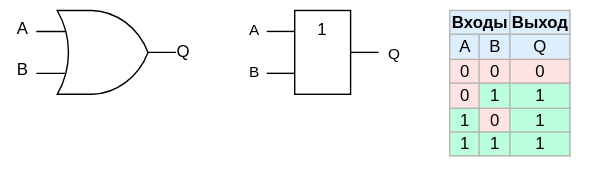
The draw.io diagram .pic/Introduction/How FPGA works/fig_02.drawio.svg in MPSU/APS, before a commit. Source tidied: cells renumbered, new cells last; positions are measured from the earlier drawing's top-left corner, leaving out a move shared by most shapes.
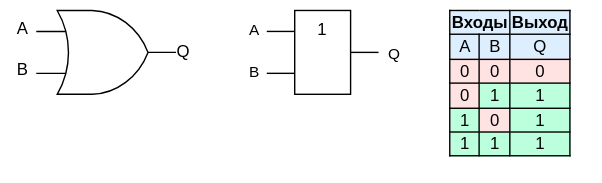
The same diagram one commit later.

Change to the diagram source:
```diff
@@ -47,7 +47,7 @@
     <mxCell id="12" value="1" style="rounded=0;whiteSpace=wrap;html=1;horizontal=1;verticalAlign=top;" parent="1" vertex="1">
       <mxGeometry x="210" y="7" width="40" height="60" as="geometry" />
     </mxCell>
-    <mxCell id="13" value="&lt;table border=&quot;1&quot; class=&quot;wikitable&quot; style=&quot;float: right; text-align: center; border: 1px solid rgb(179, 179, 179); border-collapse: collapse;&quot;&gt;&lt;tbody&gt;&lt;tr style=&quot;background:#def;&quot;&gt;&lt;td colspan=&quot;2&quot;&gt;&lt;b&gt;Входы&lt;/b&gt;&lt;/td&gt;&lt;td&gt;&lt;b&gt;Выход&lt;/b&gt;&lt;br&gt;&lt;/td&gt;&lt;/tr&gt;&lt;tr style=&quot;background:#def;&quot;&gt;&lt;td&gt;A&lt;/td&gt;&lt;td&gt;B&lt;/td&gt;&lt;td&gt;Q&lt;br&gt;&lt;/td&gt;&lt;/tr&gt;&lt;tr&gt;&lt;td style=&quot;background: #FFE3E3; color: black; vertical-align: middle; text-align: center;&quot; class=&quot;table-no2&quot;&gt;0&lt;/td&gt;&lt;td style=&quot;background: #FFE3E3; color: black; vertical-align: middle; text-align: center;&quot; class=&quot;table-no2&quot;&gt;0&lt;/td&gt;&lt;td style=&quot;background: #FFE3E3; color: black; vertical-align: middle; text-align: center;&quot; class=&quot;table-no2&quot;&gt;0&lt;br&gt;&lt;/td&gt;&lt;/tr&gt;&lt;tr&gt;&lt;td style=&quot;background: #FFE3E3; color: black; vertical-align: middle; text-align: center;&quot; class=&quot;table-no2&quot;&gt;0&lt;/td&gt;&lt;td style=&quot;background:#bfd; color:black; vertical-align:middle; text-align:center;&quot; class=&quot;table-yes2&quot;&gt;1&lt;/td&gt;&lt;td border=&quot;1&quot; style=&quot;background: rgb(187, 255, 221); color: black; vertical-align: middle; text-align: center; border-collapse: collapse;&quot; class=&quot;table-no2&quot;&gt;&lt;span style=&quot;&quot;&gt;1&lt;/span&gt;&lt;br&gt;&lt;/td&gt;&lt;/tr&gt;&lt;tr&gt;&lt;td style=&quot;background:#bfd; color:black; vertical-align:middle; text-align:center;&quot; class=&quot;table-yes2&quot;&gt;1&lt;/td&gt;&lt;td style=&quot;background: #FFE3E3; color: black; vertical-align: middle; text-align: center;&quot; class=&quot;table-no2&quot;&gt;0&lt;/td&gt;&lt;td style=&quot;background: rgb(187, 255, 221); color: black; vertical-align: middle; text-align: center;&quot; class=&quot;table-no2&quot;&gt;1&lt;br&gt;&lt;/td&gt;&lt;/tr&gt;&lt;tr&gt;&lt;td style=&quot;background:#bfd; color:black; vertical-align:middle; text-align:center;&quot; class=&quot;table-yes2&quot;&gt;1&lt;/td&gt;&lt;td style=&quot;background:#bfd; color:black; vertical-align:middle; text-align:center;&quot; class=&quot;table-yes2&quot;&gt;1&lt;/td&gt;&lt;td style=&quot;background: rgb(187, 255, 221); color: black; vertical-align: middle; text-align: center;&quot; class=&quot;table-yes2&quot;&gt;1&lt;br&gt;&lt;/td&gt;&lt;/tr&gt;&lt;/tbody&gt;&lt;/table&gt;" style="text;whiteSpace=wrap;html=1;strokeColor=none;" parent="1" vertex="1">
+    <mxCell id="13" value="&lt;table border=&quot;1&quot; class=&quot;wikitable&quot; style=&quot;float: right; text-align: center; border: 1px solid rgb(0, 0, 0); border-collapse: collapse;&quot;&gt;&lt;tbody&gt;&lt;tr style=&quot;background:#def;&quot;&gt;&lt;td colspan=&quot;2&quot; style=&quot;border: 1px solid rgb(0, 0, 0);&quot;&gt;&lt;b&gt;Входы&lt;/b&gt;&lt;/td&gt;&lt;td style=&quot;border: 1px solid rgb(0, 0, 0);&quot;&gt;&lt;b&gt;Выход&lt;/b&gt;&lt;br&gt;&lt;/td&gt;&lt;/tr&gt;&lt;tr style=&quot;background:#def;&quot;&gt;&lt;td style=&quot;border: 1px solid rgb(0, 0, 0);&quot;&gt;A&lt;/td&gt;&lt;td style=&quot;border: 1px solid rgb(0, 0, 0);&quot;&gt;B&lt;/td&gt;&lt;td style=&quot;border: 1px solid rgb(0, 0, 0);&quot;&gt;Q&lt;br&gt;&lt;/td&gt;&lt;/tr&gt;&lt;tr&gt;&lt;td style=&quot;background: #FFE3E3; color: black; vertical-align: middle; text-align: center; border: 1px solid rgb(0, 0, 0);&quot; class=&quot;table-no2&quot;&gt;0&lt;/td&gt;&lt;td style=&quot;background: #FFE3E3; color: black; vertical-align: middle; text-align: center; border: 1px solid rgb(0, 0, 0);&quot; class=&quot;table-no2&quot;&gt;0&lt;/td&gt;&lt;td style=&quot;background: #FFE3E3; color: black; vertical-align: middle; text-align: center; border: 1px solid rgb(0, 0, 0);&quot; class=&quot;table-no2&quot;&gt;0&lt;br&gt;&lt;/td&gt;&lt;/tr&gt;&lt;tr&gt;&lt;td style=&quot;background: #FFE3E3; color: black; vertical-align: middle; text-align: center; border: 1px solid rgb(0, 0, 0);&quot; class=&quot;table-no2&quot;&gt;0&lt;/td&gt;&lt;td style=&quot;background:#bfd; color:black; vertical-align:middle; text-align:center; border: 1px solid rgb(0, 0, 0);&quot; class=&quot;table-yes2&quot;&gt;1&lt;/td&gt;&lt;td border=&quot;1&quot; style=&quot;background: rgb(187, 255, 221); color: black; vertical-align: middle; text-align: center; border-collapse: collapse; border: 1px solid rgb(0, 0, 0);&quot; class=&quot;table-no2&quot;&gt;&lt;span style=&quot;&quot;&gt;1&lt;/span&gt;&lt;br&gt;&lt;/td&gt;&lt;/tr&gt;&lt;tr&gt;&lt;td style=&quot;background:#bfd; color:black; vertical-align:middle; text-align:center; border: 1px solid rgb(0, 0, 0);&quot; class=&quot;table-yes2&quot;&gt;1&lt;/td&gt;&lt;td style=&quot;background: #FFE3E3; color: black; vertical-align: middle; text-align: center; border: 1px solid rgb(0, 0, 0);&quot; class=&quot;table-no2&quot;&gt;0&lt;/td&gt;&lt;td style=&quot;background: rgb(187, 255, 221); color: black; vertical-align: middle; text-align: center; border: 1px solid rgb(0, 0, 0);&quot; class=&quot;table-no2&quot;&gt;1&lt;br&gt;&lt;/td&gt;&lt;/tr&gt;&lt;tr&gt;&lt;td style=&quot;background:#bfd; color:black; vertical-align:middle; text-align:center; border: 1px solid rgb(0, 0, 0);&quot; class=&quot;table-yes2&quot;&gt;1&lt;/td&gt;&lt;td style=&quot;background:#bfd; color:black; vertical-align:middle; text-align:center; border: 1px solid rgb(0, 0, 0);&quot; class=&quot;table-yes2&quot;&gt;1&lt;/td&gt;&lt;td style=&quot;background: rgb(187, 255, 221); color: black; vertical-align: middle; text-align: center; border: 1px solid rgb(0, 0, 0);&quot; class=&quot;table-yes2&quot;&gt;1&lt;br&gt;&lt;/td&gt;&lt;/tr&gt;&lt;/tbody&gt;&lt;/table&gt;" style="text;whiteSpace=wrap;html=1;strokeColor=none;" parent="1" vertex="1">
       <mxGeometry x="319" width="110" height="130" as="geometry" />
     </mxCell>
   </root>
```
